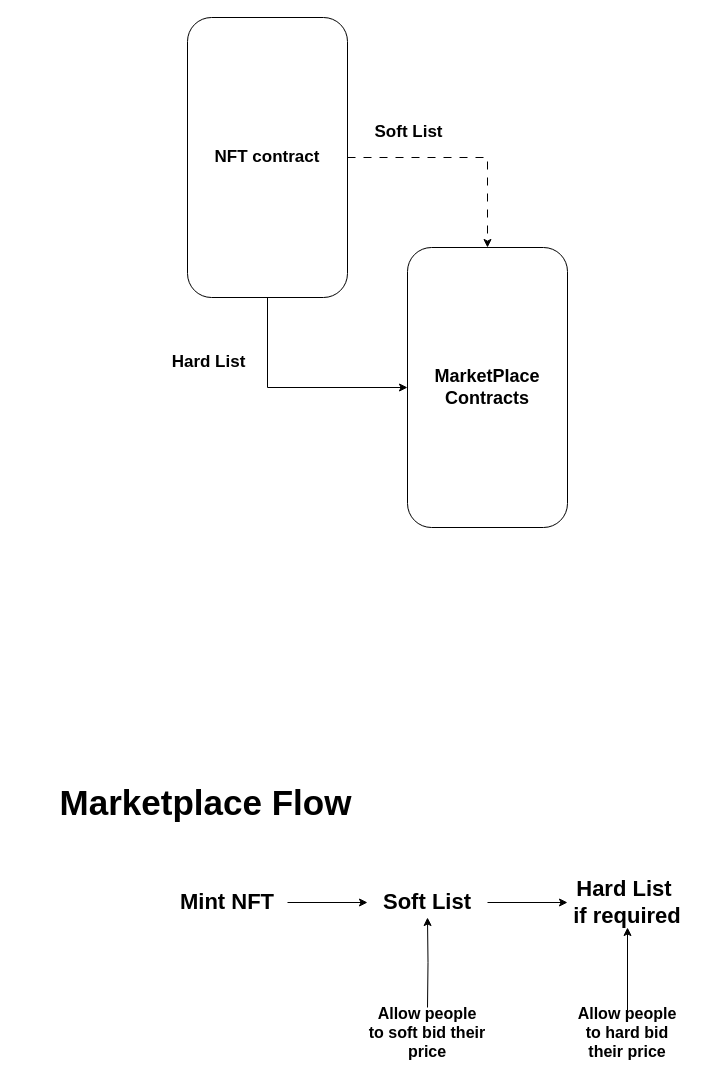
Earlier version of the draw.io diagram page "Contracts" (3 of 4) of Project.drawio (ChanX21/Project-Diagrams). Source tidied: cells renumbered, new cells numbered last; positions are measured from the earlier drawing's top-left corner, leaving out a move shared by most shapes. Both pictures are drawn from the tidied source at 100%, with x=0, y=0 at pixel (17, 17).
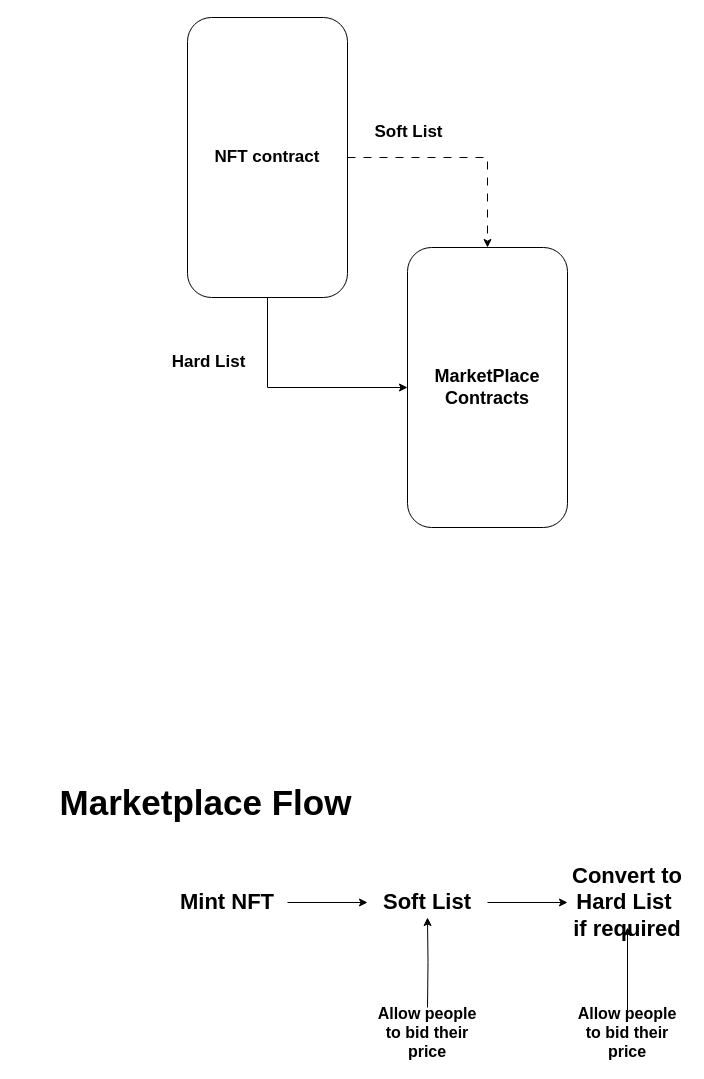
After the change.

Diff of the diagram source:
```diff
@@
 <mxGraphModel>
   <root>
     <mxCell id="0" />
     <mxCell id="1" parent="0" />
     <mxCell id="2" value="&lt;b&gt;&lt;font style=&quot;font-size: 18px;&quot;&gt;MarketPlace Contracts&lt;/font&gt;&lt;/b&gt;" style="rounded=1;whiteSpace=wrap;html=1;" parent="1" vertex="1">
       <mxGeometry x="390" y="230" width="160" height="280" as="geometry" />
     </mxCell>
     <mxCell id="3" style="edgeStyle=orthogonalEdgeStyle;rounded=0;jettySize=auto;html=1;exitX=0.5;exitY=1;exitDx=0;exitDy=0;" parent="1" edge="1" source="5" target="2">
       <mxGeometry relative="1" as="geometry" />
     </mxCell>
     <mxCell id="4" style="edgeStyle=orthogonalEdgeStyle;rounded=0;jettySize=auto;html=1;exitX=1;exitY=0.5;exitDx=0;exitDy=0;entryX=0.5;entryY=0;entryDx=0;entryDy=0;dashed=1;dashPattern=8 8;" parent="1" edge="1" source="5" target="2">
       <mxGeometry relative="1" as="geometry" />
     </mxCell>
     <mxCell id="5" value="&lt;b&gt;&lt;font style=&quot;font-size: 17px;&quot;&gt;NFT contract&lt;/font&gt;&lt;/b&gt;" style="rounded=1;whiteSpace=wrap;html=1;" parent="1" vertex="1">
       <mxGeometry x="170" width="160" height="280" as="geometry" />
     </mxCell>
     <mxCell id="6" value="Marketplace Flow" style="text;html=1;align=center;verticalAlign=middle;whiteSpace=wrap;rounded=0;fontStyle=1;fontSize=35;" parent="1" vertex="1">
       <mxGeometry y="770" width="377" height="30" as="geometry" />
     </mxCell>
     <mxCell id="7" style="edgeStyle=orthogonalEdgeStyle;rounded=0;jettySize=auto;html=1;" parent="1" edge="1" source="8" target="10">
       <mxGeometry relative="1" as="geometry" />
     </mxCell>
     <mxCell id="8" value="&lt;font style=&quot;font-size: 22px;&quot;&gt;Mint NFT&lt;/font&gt;" style="text;html=1;align=center;verticalAlign=middle;whiteSpace=wrap;rounded=0;fontStyle=1;" parent="1" vertex="1">
       <mxGeometry x="150" y="870" width="120" height="30" as="geometry" />
     </mxCell>
     <mxCell id="9" style="edgeStyle=orthogonalEdgeStyle;rounded=0;jettySize=auto;html=1;" parent="1" edge="1" source="10" target="11">
       <mxGeometry relative="1" as="geometry" />
     </mxCell>
     <mxCell id="10" value="&lt;font style=&quot;font-size: 22px;&quot;&gt;Soft List&lt;/font&gt;" style="text;html=1;align=center;verticalAlign=middle;whiteSpace=wrap;rounded=0;fontStyle=1;" parent="1" vertex="1">
       <mxGeometry x="350" y="870" width="120" height="30" as="geometry" />
     </mxCell>
-    <mxCell id="11" value="&lt;font style=&quot;font-size: 22px;&quot;&gt;Hard List&amp;nbsp;&lt;/font&gt;&lt;div&gt;&lt;font style=&quot;font-size: 22px;&quot;&gt;if required&lt;/font&gt;&lt;/div&gt;" style="text;html=1;align=center;verticalAlign=middle;whiteSpace=wrap;rounded=0;fontStyle=1;" parent="1" vertex="1">
+    <mxCell id="11" value="&lt;font style=&quot;font-size: 22px;&quot;&gt;Convert to Hard List&amp;nbsp;&lt;/font&gt;&lt;div&gt;&lt;font style=&quot;font-size: 22px;&quot;&gt;if required&lt;/font&gt;&lt;/div&gt;" style="text;html=1;align=center;verticalAlign=middle;whiteSpace=wrap;rounded=0;fontStyle=1;" parent="1" vertex="1">
       <mxGeometry x="550" y="870" width="120" height="30" as="geometry" />
     </mxCell>
     <mxCell id="12" value="&lt;span&gt;Soft List&lt;/span&gt;" style="text;html=1;align=center;verticalAlign=middle;whiteSpace=wrap;rounded=0;fontSize=17;fontStyle=1;" parent="1" vertex="1">
       <mxGeometry x="340" y="100" width="103" height="30" as="geometry" />
     </mxCell>
     <mxCell id="13" value="Hard List" style="text;html=1;align=center;verticalAlign=middle;whiteSpace=wrap;rounded=0;fontSize=17;fontStyle=1;" parent="1" vertex="1">
       <mxGeometry x="140" y="330" width="103" height="30" as="geometry" />
     </mxCell>
     <mxCell id="14" style="edgeStyle=orthogonalEdgeStyle;rounded=0;jettySize=auto;html=1;entryX=0.5;entryY=1;entryDx=0;entryDy=0;" parent="1" edge="1" target="10">
       <mxGeometry relative="1" as="geometry">
         <mxPoint x="410" y="990" as="sourcePoint" />
       </mxGeometry>
     </mxCell>
-    <mxCell id="15" value="&lt;font style=&quot;font-size: 16px;&quot;&gt;Allow people to soft bid their price&lt;/font&gt;" style="text;html=1;align=center;verticalAlign=middle;whiteSpace=wrap;rounded=0;fontStyle=1;" parent="1" vertex="1">
+    <mxCell id="15" value="&lt;font style=&quot;font-size: 16px;&quot;&gt;Allow people to bid their price&lt;/font&gt;" style="text;html=1;align=center;verticalAlign=middle;whiteSpace=wrap;rounded=0;fontStyle=1;" parent="1" vertex="1">
       <mxGeometry x="350" y="1000" width="120" height="30" as="geometry" />
     </mxCell>
     <mxCell id="16" style="edgeStyle=orthogonalEdgeStyle;rounded=0;jettySize=auto;html=1;" parent="1" edge="1" source="17">
       <mxGeometry relative="1" as="geometry">
         <mxPoint x="610" y="910" as="targetPoint" />
       </mxGeometry>
     </mxCell>
-    <mxCell id="17" value="&lt;font style=&quot;font-size: 16px;&quot;&gt;Allow people to hard bid their price&lt;/font&gt;" style="text;html=1;align=center;verticalAlign=middle;whiteSpace=wrap;rounded=0;fontStyle=1;" parent="1" vertex="1">
+    <mxCell id="17" value="&lt;font style=&quot;font-size: 16px;&quot;&gt;Allow people to bid their price&lt;/font&gt;" style="text;html=1;align=center;verticalAlign=middle;whiteSpace=wrap;rounded=0;fontStyle=1;" parent="1" vertex="1">
       <mxGeometry x="550" y="1000" width="120" height="30" as="geometry" />
     </mxCell>
   </root>
 </mxGraphModel>
```
